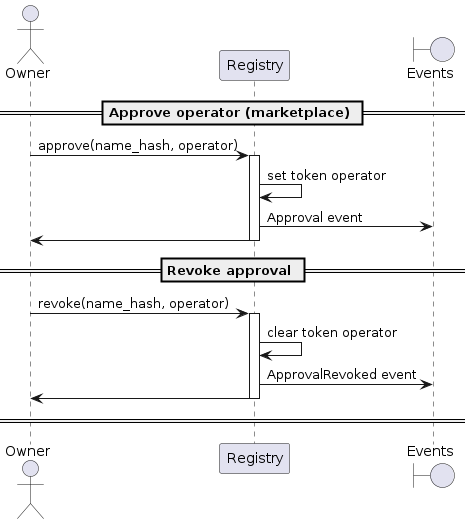
This is docs/sequence-diagrams/puml/approve-revoke-operator.png from make-software/cspr-name-contracts, a PlantUML export, as it was before one commit.
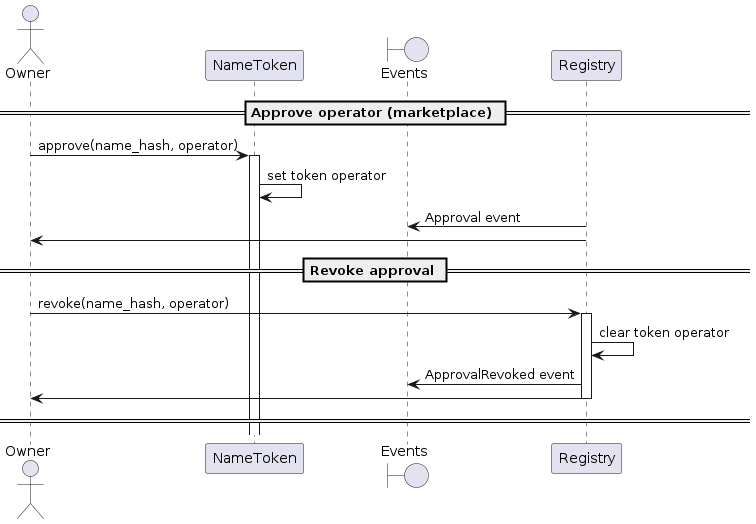
After the change.

What changed in the source:
```diff
@@ -1,14 +1,14 @@
 @startuml
 
 actor Owner
-participant "Registry"
+participant "NameToken"
 boundary "Events"
 
 == Approve operator (marketplace) ==
 
-Owner -> Registry: approve(name_hash, operator)
-activate Registry
-Registry -> Registry: set token operator
+Owner -> NameToken: approve(name_hash, operator)
+activate NameToken
+NameToken -> NameToken: set token operator
 Registry -> "Events": Approval event
 Registry -> Owner
 deactivate Registry
```
